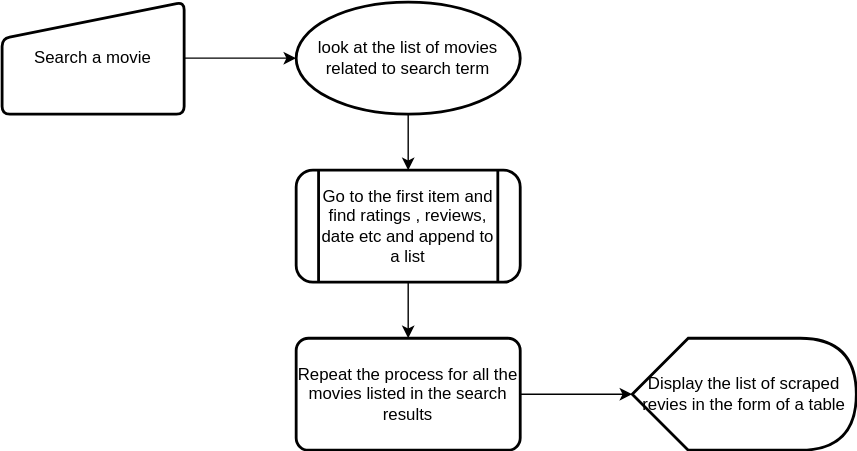
The draw.io diagram IMDB Scraper/flowchart.svg in Shaah-i/Scraper, before a commit. Source tidied: cells renumbered, new cells last; positions are measured from the earlier drawing's top-left corner, leaving out a move shared by most shapes. Its diagram source:
```xml
<mxGraphModel>
  <root>
    <mxCell id="0" />
    <mxCell id="1" parent="0" />
    <mxCell id="2" style="edgeStyle=none;rounded=0;jettySize=auto;html=1;exitX=1;exitY=0.5;exitDx=0;exitDy=0;" parent="1" edge="1" source="3" target="10">
      <mxGeometry relative="1" as="geometry" />
    </mxCell>
    <mxCell id="3" value="Search a movie" style="html=1;strokeWidth=2;shape=manualInput;whiteSpace=wrap;rounded=1;size=26;arcSize=11;" parent="1" vertex="1">
      <mxGeometry width="130" height="80" as="geometry" />
    </mxCell>
    <mxCell id="4" style="edgeStyle=none;rounded=0;jettySize=auto;html=1;exitX=1;exitY=0.5;exitDx=0;exitDy=0;entryX=0;entryY=0.5;entryDx=0;entryDy=0;entryPerimeter=0;" parent="1" edge="1" source="5" target="6">
      <mxGeometry relative="1" as="geometry" />
    </mxCell>
    <mxCell id="5" value="Repeat the process for all the movies listed in the search results" style="whiteSpace=wrap;html=1;strokeWidth=2;rounded=1;arcSize=11;" parent="1" vertex="1">
      <mxGeometry x="210" y="240" width="160" height="80" as="geometry" />
    </mxCell>
    <mxCell id="6" value="Display the list of scraped revies in the form of a table" style="shape=display;whiteSpace=wrap;html=1;strokeWidth=2;" parent="1" vertex="1">
      <mxGeometry x="450" y="240" width="160" height="80" as="geometry" />
    </mxCell>
    <mxCell id="7" style="edgeStyle=none;rounded=0;jettySize=auto;html=1;exitX=0.5;exitY=1;exitDx=0;exitDy=0;entryX=0.5;entryY=0;entryDx=0;entryDy=0;" parent="1" edge="1" source="8" target="5">
      <mxGeometry relative="1" as="geometry" />
    </mxCell>
    <mxCell id="8" value="Go to the first item and find ratings , reviews, date etc and append to a list" style="shape=process;whiteSpace=wrap;html=1;backgroundOutline=1;strokeWidth=2;rounded=1;" parent="1" vertex="1">
      <mxGeometry x="210" y="120" width="160" height="80" as="geometry" />
    </mxCell>
    <mxCell id="9" style="edgeStyle=none;rounded=0;jettySize=auto;html=1;exitX=0.5;exitY=1;exitDx=0;exitDy=0;exitPerimeter=0;entryX=0.5;entryY=0;entryDx=0;entryDy=0;" parent="1" edge="1" source="10" target="8">
      <mxGeometry relative="1" as="geometry" />
    </mxCell>
    <mxCell id="10" value="look at the list of movies related to search term" style="strokeWidth=2;html=1;shape=mxgraph.flowchart.start_1;whiteSpace=wrap;" parent="1" vertex="1">
      <mxGeometry x="210" width="160" height="80" as="geometry" />
    </mxCell>
  </root>
</mxGraphModel>
```
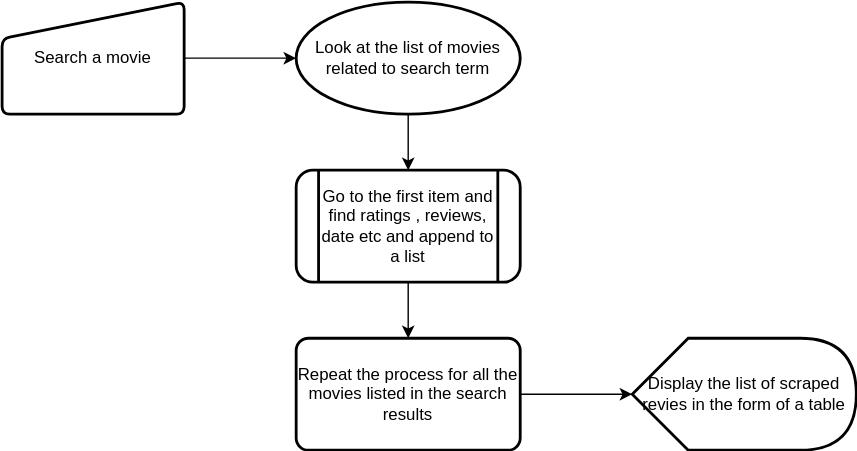
The same diagram one commit later.

Diff of the diagram source:
```diff
@@ -26,7 +26,7 @@
     <mxCell id="9" style="edgeStyle=none;rounded=0;jettySize=auto;html=1;exitX=0.5;exitY=1;exitDx=0;exitDy=0;exitPerimeter=0;entryX=0.5;entryY=0;entryDx=0;entryDy=0;" parent="1" edge="1" source="10" target="8">
       <mxGeometry relative="1" as="geometry" />
     </mxCell>
-    <mxCell id="10" value="look at the list of movies related to search term" style="strokeWidth=2;html=1;shape=mxgraph.flowchart.start_1;whiteSpace=wrap;" parent="1" vertex="1">
+    <mxCell id="10" value="Look at the list of movies related to search term" style="strokeWidth=2;html=1;shape=mxgraph.flowchart.start_1;whiteSpace=wrap;" parent="1" vertex="1">
       <mxGeometry x="210" width="160" height="80" as="geometry" />
     </mxCell>
   </root>
```
